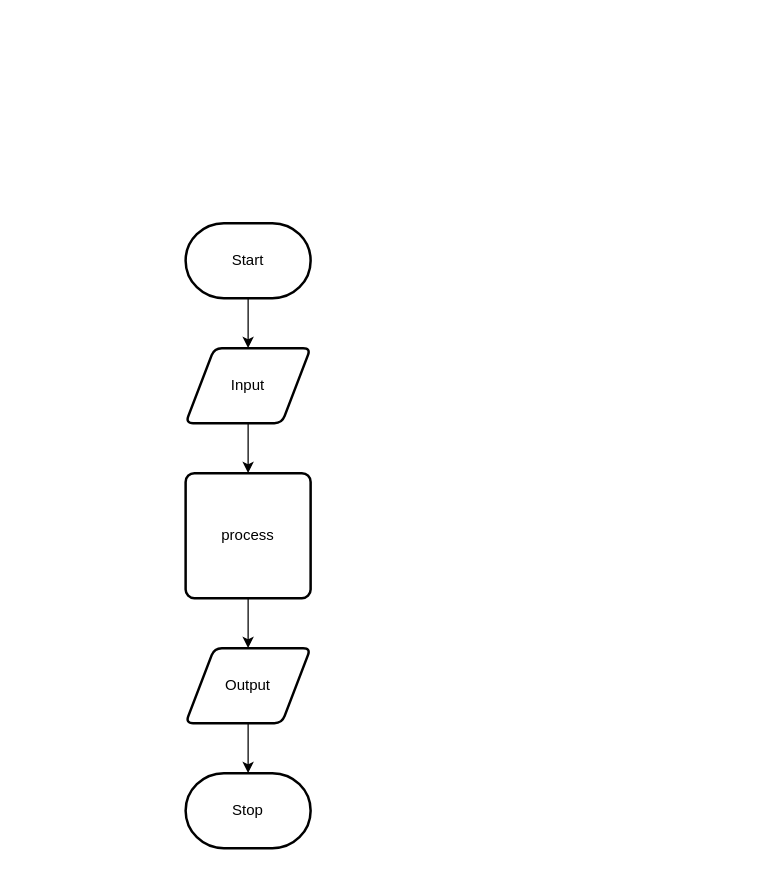
Before: design/flow-chart.drawio in Kenny-Le-281/ICS2O-Unit5-04-HTML, a draw.io diagram. Source tidied: cells renumbered, new cells numbered last; positions are measured from the earlier drawing's top-left corner, leaving out a move shared by most shapes. Both pictures are drawn from the tidied source at 125%, with x=0, y=0 at pixel (185, 222).
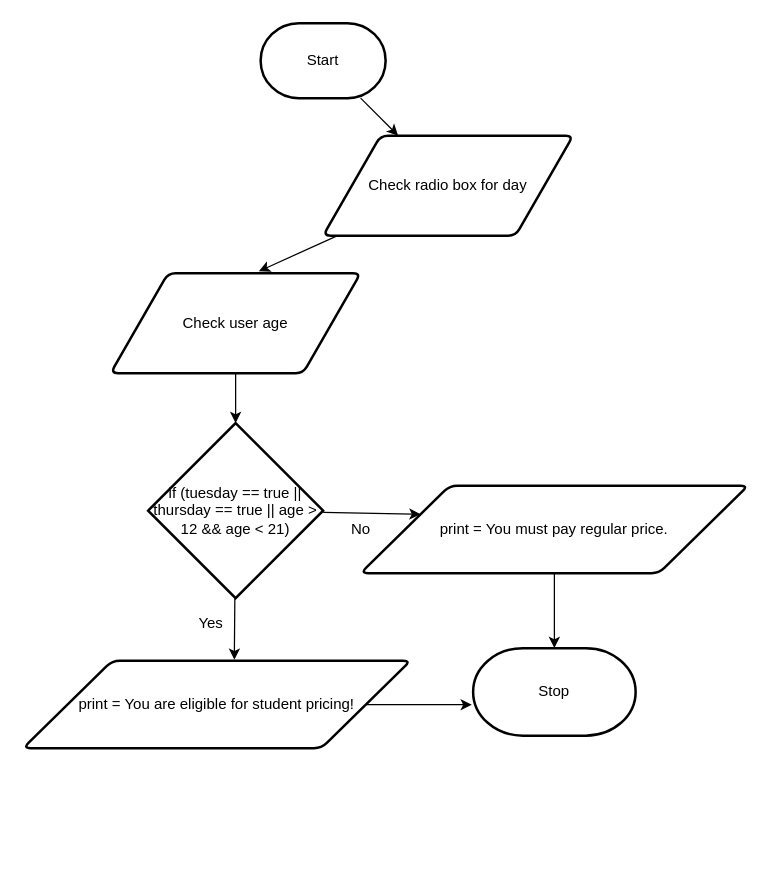
The same page after the edit.

Change to the diagram source:
```diff
@@
 <mxGraphModel>
   <root>
     <mxCell id="0" />
     <mxCell id="1" parent="0" />
     <mxCell id="2" style="edgeStyle=none;html=1;" parent="1" edge="1" source="3" target="5">
       <mxGeometry relative="1" as="geometry" />
     </mxCell>
     <mxCell id="3" value="Start" style="strokeWidth=2;html=1;shape=mxgraph.flowchart.terminator;whiteSpace=wrap;" parent="1" vertex="1">
-      <mxGeometry width="100" height="60" as="geometry" />
+      <mxGeometry x="60" y="-160" width="100" height="60" as="geometry" />
     </mxCell>
-    <mxCell id="4" style="edgeStyle=none;html=1;" parent="1" edge="1" source="5" target="7">
-      <mxGeometry relative="1" as="geometry" />
-    </mxCell>
+    <mxCell id="11" style="edgeStyle=none;html=1;entryX=0.593;entryY=-0.019;entryDx=0;entryDy=0;entryPerimeter=0;" parent="1" edge="1" source="5" target="8">
+      <mxGeometry relative="1" as="geometry" />
+    </mxCell>
-    <mxCell id="5" value="Input" style="shape=parallelogram;html=1;strokeWidth=2;perimeter=parallelogramPerimeter;whiteSpace=wrap;rounded=1;arcSize=12;size=0.23;" parent="1" vertex="1">
-      <mxGeometry y="100" width="100" height="60" as="geometry" />
+    <mxCell id="5" value="Check radio box for day" style="shape=parallelogram;html=1;strokeWidth=2;perimeter=parallelogramPerimeter;whiteSpace=wrap;rounded=1;arcSize=12;size=0.23;" parent="1" vertex="1">
+      <mxGeometry x="110" y="-70" width="200" height="80" as="geometry" />
     </mxCell>
-    <mxCell id="6" style="edgeStyle=none;html=1;" parent="1" edge="1" source="7" target="9">
-      <mxGeometry relative="1" as="geometry" />
-    </mxCell>
-    <mxCell id="7" value="process" style="rounded=1;whiteSpace=wrap;html=1;absoluteArcSize=1;arcSize=14;strokeWidth=2;" parent="1" vertex="1">
-      <mxGeometry y="200" width="100" height="100" as="geometry" />
-    </mxCell>
+    <mxCell id="12" style="edgeStyle=none;html=1;entryX=0.5;entryY=0;entryDx=0;entryDy=0;entryPerimeter=0;" parent="1" edge="1" source="8" target="15">
+      <mxGeometry relative="1" as="geometry" />
+    </mxCell>
-    <mxCell id="8" style="edgeStyle=none;html=1;" parent="1" edge="1" source="9" target="10">
-      <mxGeometry relative="1" as="geometry" />
+    <mxCell id="8" value="Check user age" style="shape=parallelogram;html=1;strokeWidth=2;perimeter=parallelogramPerimeter;whiteSpace=wrap;rounded=1;arcSize=12;size=0.23;" parent="1" vertex="1">
+      <mxGeometry x="-60" y="40" width="200" height="80" as="geometry" />
     </mxCell>
-    <mxCell id="9" value="Output" style="shape=parallelogram;html=1;strokeWidth=2;perimeter=parallelogramPerimeter;whiteSpace=wrap;rounded=1;arcSize=12;size=0.23;" parent="1" vertex="1">
-      <mxGeometry y="340" width="100" height="60" as="geometry" />
-    </mxCell>
+    <mxCell id="13" style="edgeStyle=none;html=1;entryX=0.545;entryY=-0.01;entryDx=0;entryDy=0;entryPerimeter=0;" parent="1" edge="1" source="15" target="17">
+      <mxGeometry relative="1" as="geometry" />
+    </mxCell>
+    <mxCell id="14" style="edgeStyle=none;html=1;entryX=0;entryY=0.25;entryDx=0;entryDy=0;" parent="1" edge="1" source="15" target="19">
+      <mxGeometry relative="1" as="geometry" />
+    </mxCell>
+    <mxCell id="15" value="if&amp;nbsp;(tuesday == true || thursday == true || age &amp;gt; 12 &amp;amp;&amp;amp; age &amp;lt; 21)" style="strokeWidth=2;html=1;shape=mxgraph.flowchart.decision;whiteSpace=wrap;" parent="1" vertex="1">
+      <mxGeometry x="-30" y="160" width="140" height="140" as="geometry" />
+    </mxCell>
+    <mxCell id="16" style="edgeStyle=none;html=1;entryX=-0.008;entryY=0.647;entryDx=0;entryDy=0;entryPerimeter=0;" parent="1" edge="1" source="17" target="10">
+      <mxGeometry relative="1" as="geometry" />
+    </mxCell>
+    <mxCell id="17" value="print = You are eligible for student pricing!" style="shape=parallelogram;html=1;strokeWidth=2;perimeter=parallelogramPerimeter;whiteSpace=wrap;rounded=1;arcSize=12;size=0.23;" parent="1" vertex="1">
+      <mxGeometry x="-130" y="350" width="310" height="70" as="geometry" />
+    </mxCell>
+    <mxCell id="18" style="edgeStyle=none;html=1;" parent="1" edge="1" source="19" target="10">
+      <mxGeometry relative="1" as="geometry" />
+    </mxCell>
+    <mxCell id="19" value="print = You must pay regular price." style="shape=parallelogram;html=1;strokeWidth=2;perimeter=parallelogramPerimeter;whiteSpace=wrap;rounded=1;arcSize=12;size=0.23;" parent="1" vertex="1">
+      <mxGeometry x="140" y="210" width="310" height="70" as="geometry" />
+    </mxCell>
+    <mxCell id="20" value="Yes" style="text;html=1;align=center;verticalAlign=middle;fillColor=none;strokeColor=none;rounded=0;" parent="1" vertex="1">
+      <mxGeometry y="310" width="40" height="20" as="geometry" />
+    </mxCell>
+    <mxCell id="21" value="No" style="text;html=1;align=center;verticalAlign=middle;fillColor=none;strokeColor=none;rounded=0;" parent="1" vertex="1">
+      <mxGeometry x="125" y="235" width="30" height="20" as="geometry" />
+    </mxCell>
     <mxCell id="10" value="Stop" style="strokeWidth=2;html=1;shape=mxgraph.flowchart.terminator;whiteSpace=wrap;" parent="1" vertex="1">
-      <mxGeometry y="440" width="100" height="60" as="geometry" />
+      <mxGeometry x="230" y="340" width="130" height="70" as="geometry" />
     </mxCell>
   </root>
 </mxGraphModel>
```
